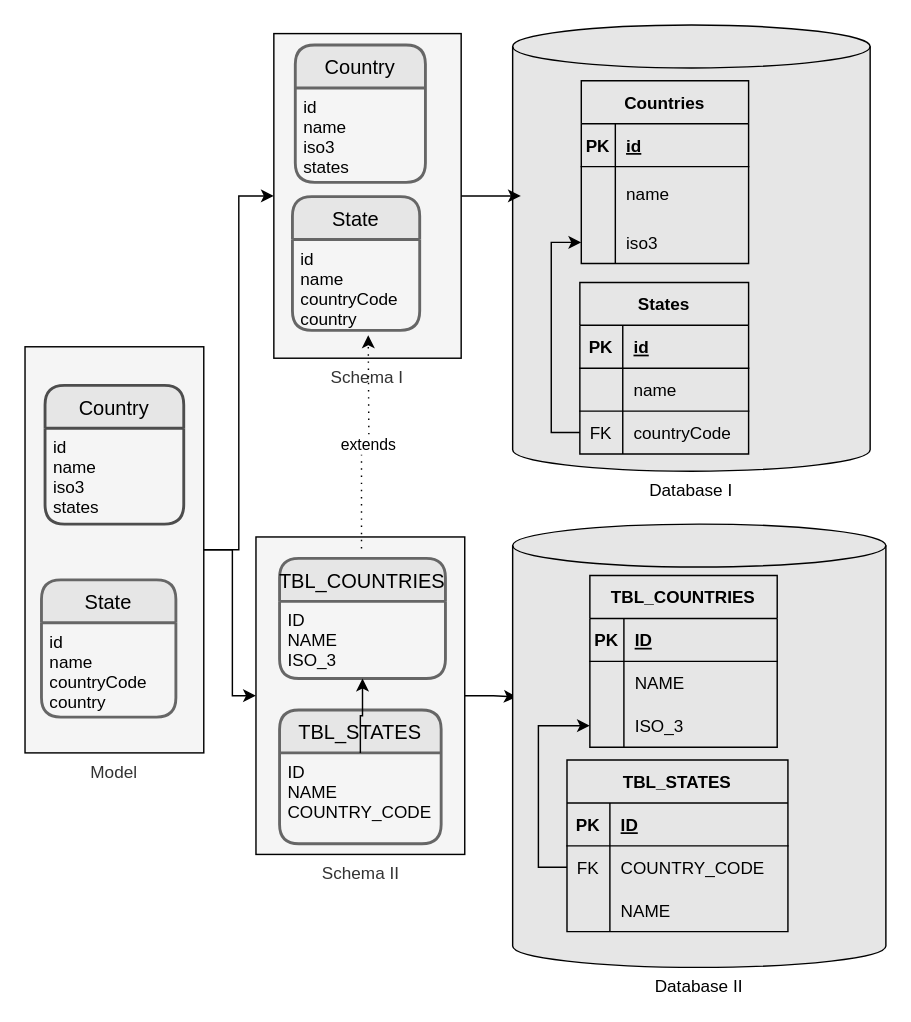
The draw.io diagram design/schema3.drawio in lambda-orm/lambdaorm, before the edit. Source tidied: cells renumbered, new cells numbered last; positions are measured from the earlier drawing's top-left corner, leaving out a move shared by most shapes. Both pictures are drawn from the tidied source at 143%, with x=0, y=0 at pixel (24, 24).
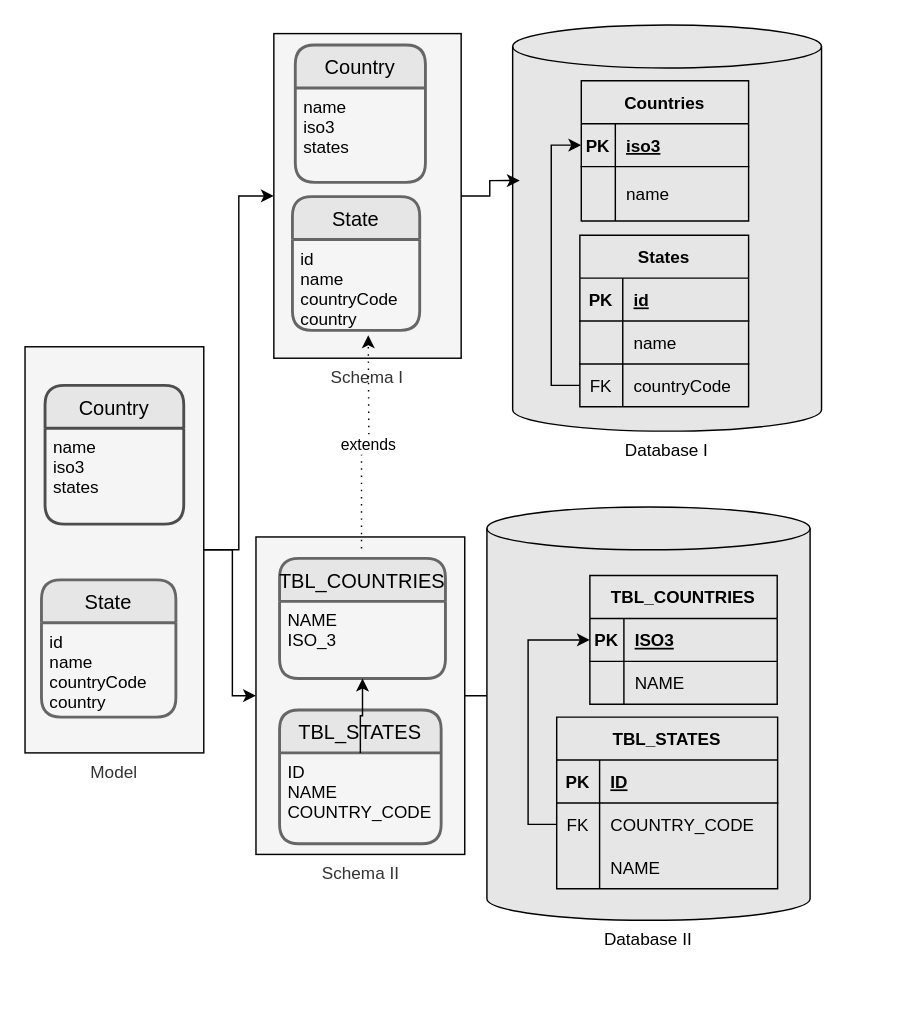
After the change.

The change refers to these unchanged cells:
```xml
<mxCell id="6" value="Country" style="swimlane;horizontal=1;startSize=30;rounded=1;fontSize=14;fontStyle=0;strokeWidth=2;shadow=0;dashed=0;align=center;fontColor=#000000;fillColor=#E6E6E6;strokeColor=#4D4D4D;" parent="1" vertex="1">
  <mxGeometry x="14" y="252" width="97" height="97" as="geometry" />
</mxCell>
<mxCell id="11" style="shape=partialRectangle;fillColor=none;top=0;left=0;bottom=1;right=0;points=[[0,0.5],[1,0.5]];portConstraint=eastwest;" parent="10" vertex="1">
  <mxGeometry y="30" width="117" height="30" as="geometry" />
</mxCell>
<mxCell id="28" style="shape=partialRectangle;fillColor=none;top=0;left=0;bottom=0;right=0;points=[[0,0.5],[1,0.5]];portConstraint=eastwest;fontColor=#000000;" parent="21" vertex="1">
  <mxGeometry y="90" width="118" height="30" as="geometry" />
</mxCell>
<mxCell id="33" value="Country" style="swimlane;horizontal=1;startSize=30;rounded=1;fontSize=14;fontStyle=0;strokeWidth=2;shadow=0;dashed=0;align=center;fontColor=#000000;fillColor=#E6E6E6;strokeColor=#666666;" parent="1" vertex="1">
  <mxGeometry x="189" y="14" width="91" height="96" as="geometry" />
</mxCell>
<mxCell id="40" value="TBL_COUNTRIES" style="swimlane;horizontal=1;startSize=30;rounded=1;fontSize=14;fontStyle=0;strokeWidth=2;shadow=0;dashed=0;align=center;fontColor=#000000;fillColor=#E6E6E6;strokeColor=#666666;" parent="1" vertex="1">
  <mxGeometry x="178" y="373" width="116" height="84" as="geometry" />
</mxCell>
<mxCell id="46" style="shape=partialRectangle;fillColor=none;top=0;left=0;bottom=1;right=0;points=[[0,0.5],[1,0.5]];portConstraint=eastwest;" parent="45" vertex="1">
  <mxGeometry y="30" width="131" height="30" as="geometry" />
</mxCell>
<mxCell id="60" style="shape=partialRectangle;fillColor=none;top=0;left=0;bottom=0;right=0;points=[[0,0.5],[1,0.5]];portConstraint=eastwest;fontColor=#000000;" parent="56" vertex="1">
  <mxGeometry y="60" width="154.5" height="30" as="geometry" />
</mxCell>
```

Change to the diagram source:
```diff
@@
     <mxCell id="5" value="Database I" style="shape=cylinder3;whiteSpace=wrap;html=1;boundedLbl=1;backgroundOutline=1;size=15;fillColor=#E6E6E6;strokeColor=#000000;labelPosition=center;verticalLabelPosition=bottom;align=center;verticalAlign=top;fontColor=#000000;" parent="1" vertex="1">
-      <mxGeometry x="341" width="250" height="312" as="geometry" />
+      <mxGeometry x="341" width="216" height="284" as="geometry" />
     </mxCell>
@@
-    <mxCell id="7" value="id&#10;name&#10;iso3&#10;states" style="align=left;strokeColor=none;fillColor=none;spacingLeft=4;fontSize=12;verticalAlign=top;fontColor=#000000;" parent="6" vertex="1">
+    <mxCell id="7" value="name&#10;iso3&#10;states" style="align=left;strokeColor=none;fillColor=none;spacingLeft=4;fontSize=12;verticalAlign=top;fontColor=#000000;" parent="6" vertex="1">
       <mxGeometry y="30" width="97" height="67" as="geometry" />
     </mxCell>
@@
     <mxCell id="10" value="Countries" style="shape=table;startSize=30;childLayout=tableLayout;rowLines=0;fontStyle=1;align=center;fontColor=#000000;strokeColor=#000000;fillColor=#E6E6E6;" parent="1" vertex="1">
-      <mxGeometry x="389" y="39" width="117" height="127.8" as="geometry" />
+      <mxGeometry x="389" y="39" width="117" height="98" as="geometry" />
     </mxCell>
@@
-    <mxCell id="13" value="id" style="shape=partialRectangle;fillColor=none;top=0;left=0;bottom=0;right=0;align=left;spacingLeft=6;fontStyle=5;overflow=hidden;fontColor=#000000;" parent="11" vertex="1">
+    <mxCell id="13" value="iso3" style="shape=partialRectangle;fillColor=none;top=0;left=0;bottom=0;right=0;align=left;spacingLeft=6;fontStyle=5;overflow=hidden;fontColor=#000000;" parent="11" vertex="1">
       <mxGeometry x="23.8" width="93.2" height="30" as="geometry" />
     </mxCell>
@@
-    <mxCell id="17" style="shape=partialRectangle;fillColor=none;top=0;left=0;bottom=0;right=0;points=[[0,0.5],[1,0.5]];portConstraint=eastwest;" parent="10" vertex="1">
-      <mxGeometry y="98" width="117" height="30" as="geometry" />
-    </mxCell>
-    <mxCell id="18" style="shape=partialRectangle;fillColor=none;top=0;left=0;bottom=0;right=0;overflow=hidden;" parent="17" vertex="1">
-      <mxGeometry width="23.8" height="30" as="geometry" />
-    </mxCell>
-    <mxCell id="19" value="iso3" style="shape=partialRectangle;fillColor=none;top=0;left=0;bottom=0;right=0;align=left;spacingLeft=6;overflow=hidden;fontColor=#000000;" parent="17" vertex="1">
-      <mxGeometry x="23.8" width="93.2" height="30" as="geometry" />
-    </mxCell>
-    <mxCell id="20" style="edgeStyle=orthogonalEdgeStyle;rounded=0;jettySize=auto;html=1;exitX=0;exitY=0.5;exitDx=0;exitDy=0;entryX=0;entryY=0.5;entryDx=0;entryDy=0;fontColor=#000000;strokeColor=#000000;" parent="1" edge="1" source="28" target="17">
+    <mxCell id="20" style="edgeStyle=orthogonalEdgeStyle;rounded=0;jettySize=auto;html=1;exitX=0;exitY=0.5;exitDx=0;exitDy=0;entryX=0;entryY=0.5;entryDx=0;entryDy=0;fontColor=#000000;strokeColor=#000000;" parent="1" edge="1" source="28" target="11">
       <mxGeometry relative="1" as="geometry" />
     </mxCell>
     <mxCell id="21" value="States" style="shape=table;startSize=30;childLayout=tableLayout;rowLines=0;fontStyle=1;align=center;fontColor=#000000;strokeColor=#000000;fillColor=#E6E6E6;" parent="1" vertex="1">
-      <mxGeometry x="388" y="180" width="118" height="120" as="geometry" />
+      <mxGeometry x="388" y="147" width="118" height="120" as="geometry" />
     </mxCell>
@@
-    <mxCell id="34" value="id&#10;name&#10;iso3&#10;states" style="align=left;strokeColor=none;fillColor=none;spacingLeft=4;fontSize=12;verticalAlign=top;fontColor=#000000;" parent="33" vertex="1">
+    <mxCell id="34" value="name&#10;iso3&#10;states" style="align=left;strokeColor=none;fillColor=none;spacingLeft=4;fontSize=12;verticalAlign=top;fontColor=#000000;" parent="33" vertex="1">
       <mxGeometry y="30" width="91" height="66" as="geometry" />
     </mxCell>
@@
-    <mxCell id="41" value="ID&#10;NAME&#10;ISO_3" style="align=left;strokeColor=none;fillColor=none;spacingLeft=4;fontSize=12;verticalAlign=top;fontColor=#000000;" parent="40" vertex="1">
+    <mxCell id="41" value="NAME&#10;ISO_3" style="align=left;strokeColor=none;fillColor=none;spacingLeft=4;fontSize=12;verticalAlign=top;fontColor=#000000;" parent="40" vertex="1">
       <mxGeometry y="30" width="116" height="54" as="geometry" />
     </mxCell>
@@
     <mxCell id="44" value="Database II" style="shape=cylinder3;whiteSpace=wrap;html=1;boundedLbl=1;backgroundOutline=1;size=15;fillColor=#E6E6E6;strokeColor=#000000;labelPosition=center;verticalLabelPosition=bottom;align=center;verticalAlign=top;fontColor=#000000;" parent="1" vertex="1">
-      <mxGeometry x="341" y="349" width="261" height="310" as="geometry" />
+      <mxGeometry x="323" y="337" width="226" height="289" as="geometry" />
     </mxCell>
     <mxCell id="45" value="TBL_COUNTRIES" style="shape=table;startSize=30;childLayout=tableLayout;rowLines=0;fontStyle=1;align=center;fontColor=#000000;strokeColor=#000000;fillColor=#E6E6E6;" parent="1" vertex="1">
-      <mxGeometry x="395" y="385" width="131" height="120" as="geometry" />
+      <mxGeometry x="395" y="385" width="131" height="90" as="geometry" />
     </mxCell>
@@
-    <mxCell id="48" value="ID" style="shape=partialRectangle;fillColor=none;top=0;left=0;bottom=0;right=0;align=left;spacingLeft=6;fontStyle=5;overflow=hidden;fontColor=#000000;" parent="46" vertex="1">
+    <mxCell id="48" value="ISO3" style="shape=partialRectangle;fillColor=none;top=0;left=0;bottom=0;right=0;align=left;spacingLeft=6;fontStyle=5;overflow=hidden;fontColor=#000000;" parent="46" vertex="1">
       <mxGeometry x="23.8" width="107.2" height="30" as="geometry" />
     </mxCell>
@@
-    <mxCell id="52" style="shape=partialRectangle;fillColor=none;top=0;left=0;bottom=0;right=0;points=[[0,0.5],[1,0.5]];portConstraint=eastwest;" parent="45" vertex="1">
-      <mxGeometry y="90" width="131" height="30" as="geometry" />
-    </mxCell>
-    <mxCell id="53" style="shape=partialRectangle;fillColor=none;top=0;left=0;bottom=0;right=0;overflow=hidden;" parent="52" vertex="1">
-      <mxGeometry width="23.8" height="30" as="geometry" />
-    </mxCell>
-    <mxCell id="54" value="ISO_3" style="shape=partialRectangle;fillColor=none;top=0;left=0;bottom=0;right=0;align=left;spacingLeft=6;overflow=hidden;fontColor=#000000;" parent="52" vertex="1">
-      <mxGeometry x="23.8" width="107.2" height="30" as="geometry" />
-    </mxCell>
-    <mxCell id="55" style="edgeStyle=orthogonalEdgeStyle;rounded=0;jettySize=auto;html=1;exitX=0;exitY=0.5;exitDx=0;exitDy=0;entryX=0;entryY=0.5;entryDx=0;entryDy=0;fontColor=#000000;strokeColor=#000000;" parent="1" edge="1" source="60" target="52">
+    <mxCell id="55" style="edgeStyle=orthogonalEdgeStyle;rounded=0;jettySize=auto;html=1;exitX=0;exitY=0.5;exitDx=0;exitDy=0;entryX=0;entryY=0.5;entryDx=0;entryDy=0;fontColor=#000000;strokeColor=#000000;" parent="1" edge="1" source="60" target="46">
       <mxGeometry relative="1" as="geometry" />
     </mxCell>
     <mxCell id="56" value="TBL_STATES" style="shape=table;startSize=30;childLayout=tableLayout;rowLines=0;fontStyle=1;align=center;fontColor=#000000;strokeColor=#000000;fillColor=#E6E6E6;" parent="1" vertex="1">
-      <mxGeometry x="379" y="514" width="154.5" height="120" as="geometry" />
+      <mxGeometry x="371.8" y="484" width="154.5" height="120" as="geometry" />
     </mxCell>
```
